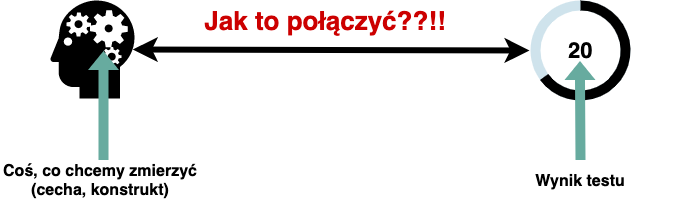
Earlier version of the draw.io export img/pytanie.png (odmina/psychometria). Source tidied: cells renumbered, new cells last; positions are measured from the earlier drawing's top-left corner, leaving out a move shared by most shapes.
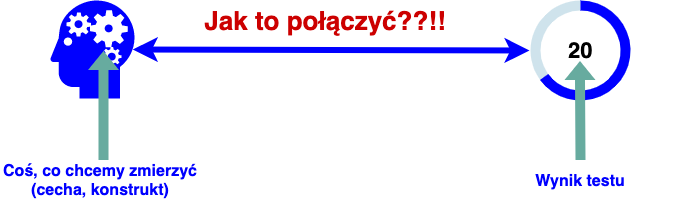
Above is the later version.

Diff of the diagram source:
```diff
@@ -2,7 +2,7 @@
   <root>
     <mxCell id="0" />
     <mxCell id="1" parent="0" />
-    <mxCell id="2" style="shape=mxgraph.signs.healthcare.mental_health;html=1;fillColor=#000000;strokeColor=none;verticalLabelPosition=bottom;verticalAlign=top;align=center;" parent="1" vertex="1">
+    <mxCell id="2" style="shape=mxgraph.signs.healthcare.mental_health;html=1;fillColor=#0000FF;strokeColor=none;verticalLabelPosition=bottom;verticalAlign=top;align=center;" parent="1" vertex="1">
       <mxGeometry x="50" width="84" height="98" as="geometry" />
     </mxCell>
     <mxCell id="3" style="shape=flexArrow;endArrow=classic;html=1;fontColor=#000000;entryX=0.631;entryY=0.51;entryDx=0;entryDy=0;entryPerimeter=0;fillColor=#67AB9F;strokeColor=none;" parent="1" edge="1" target="2">
@@ -10,10 +10,10 @@
         <mxPoint x="103" y="160" as="sourcePoint" />
       </mxGeometry>
     </mxCell>
-    <mxCell id="4" value="&lt;font style=&quot;font-size: 16px;&quot;&gt;Coś, co chcemy zmierzyć&lt;br style=&quot;font-size: 16px;&quot;&gt;(cecha, konstrukt)&lt;/font&gt;" style="text;html=1;strokeColor=none;fillColor=none;align=center;verticalAlign=middle;whiteSpace=wrap;rounded=0;fontColor=#000000;fontSize=16;fontStyle=1;" parent="1" vertex="1">
+    <mxCell id="4" value="&lt;font style=&quot;font-size: 16px;&quot;&gt;Coś, co chcemy zmierzyć&lt;br style=&quot;font-size: 16px;&quot;&gt;(cecha, konstrukt)&lt;/font&gt;" style="text;html=1;strokeColor=none;fillColor=none;align=center;verticalAlign=middle;whiteSpace=wrap;rounded=0;fontColor=#0000FF;fontSize=16;fontStyle=1;" parent="1" vertex="1">
       <mxGeometry y="170" width="200" height="20" as="geometry" />
     </mxCell>
-    <mxCell id="5" style="endArrow=classic;startArrow=classic;html=1;fillColor=#67AB9F;fontSize=16;fontColor=#000000;exitX=0.98;exitY=0.5;exitDx=0;exitDy=0;exitPerimeter=0;entryX=-0.01;entryY=0.5;entryDx=0;entryDy=0;entryPerimeter=0;strokeWidth=6;" parent="1" edge="1" source="2" target="7">
+    <mxCell id="5" style="endArrow=classic;startArrow=classic;html=1;fillColor=#67AB9F;fontSize=16;fontColor=#000000;exitX=0.98;exitY=0.5;exitDx=0;exitDy=0;exitPerimeter=0;entryX=-0.01;entryY=0.5;entryDx=0;entryDy=0;entryPerimeter=0;strokeWidth=6;strokeColor=#0000FF;" parent="1" edge="1" source="2" target="7">
       <mxGeometry relative="1" as="geometry" />
     </mxCell>
     <mxCell id="6" style="group;" parent="1" vertex="1">
@@ -22,7 +22,7 @@
     <mxCell id="7" style="verticalLabelPosition=bottom;verticalAlign=top;html=1;shape=mxgraph.basic.donut;dx=10;strokeColor=none;fillColor=#10739E;fontSize=10;fontColor=#000000;align=center;fillOpacity=20;" parent="6" vertex="1">
       <mxGeometry x="50" width="100" height="100" as="geometry" />
     </mxCell>
-    <mxCell id="8" value="20" style="verticalLabelPosition=middle;verticalAlign=middle;html=1;shape=mxgraph.basic.partConcEllipse;startAngle=0;endAngle=0.65;arcWidth=0.2;strokeColor=none;fillColor=#000000;fontSize=22;fontColor=#000000;align=center;fontStyle=1;" parent="7" vertex="1">
+    <mxCell id="8" value="20" style="verticalLabelPosition=middle;verticalAlign=middle;html=1;shape=mxgraph.basic.partConcEllipse;startAngle=0;endAngle=0.65;arcWidth=0.2;strokeColor=none;fillColor=#0000FF;fontSize=22;fontColor=#000000;align=center;fontStyle=1;" parent="7" vertex="1">
       <mxGeometry width="100" height="100" as="geometry" />
     </mxCell>
     <mxCell id="9" style="shape=flexArrow;endArrow=classic;html=1;fontColor=#000000;entryX=0.631;entryY=0.51;entryDx=0;entryDy=0;entryPerimeter=0;fillColor=#67AB9F;strokeColor=none;" parent="6" edge="1">
@@ -31,7 +31,7 @@
         <mxPoint x="99.5" y="60" as="targetPoint" />
       </mxGeometry>
     </mxCell>
-    <mxCell id="10" value="Wynik testu" style="text;html=1;strokeColor=none;fillColor=none;align=center;verticalAlign=middle;whiteSpace=wrap;rounded=0;fontColor=#000000;fontSize=16;fontStyle=1;" parent="6" vertex="1">
+    <mxCell id="10" value="Wynik testu" style="text;html=1;strokeColor=none;fillColor=none;align=center;verticalAlign=middle;whiteSpace=wrap;rounded=0;fontColor=#0000FF;fontSize=16;fontStyle=1;" parent="6" vertex="1">
       <mxGeometry y="170" width="200" height="20" as="geometry" />
     </mxCell>
     <mxCell id="11" value="&lt;b style=&quot;font-size: 26px;&quot;&gt;Jak to połączyć??!!&lt;/b&gt;" style="text;html=1;strokeColor=none;fillColor=none;align=center;verticalAlign=middle;whiteSpace=wrap;rounded=0;fontSize=26;fontColor=#CC0000;" parent="1" vertex="1">
```
